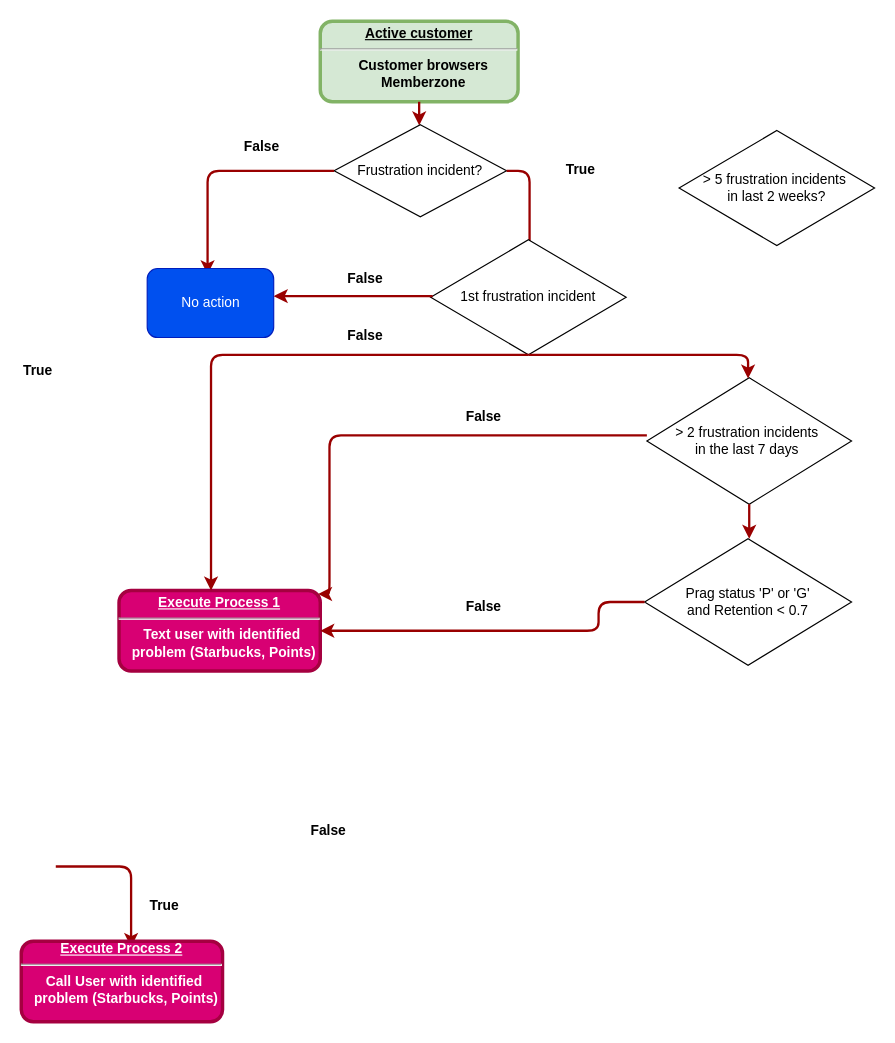
This is page "Page-1" (1 of 3) of Untitled Diagram.drawio from PhilipMachineLearning/Deep-Learning-in-Asset-Pricing, a draw.io file, before an edit. Source tidied: cells renumbered, new cells numbered last; positions are measured from the earlier drawing's top-left corner, leaving out a move shared by most shapes. Both pictures are drawn from the tidied source at 115%, with x=0, y=0 at pixel (21, 21).
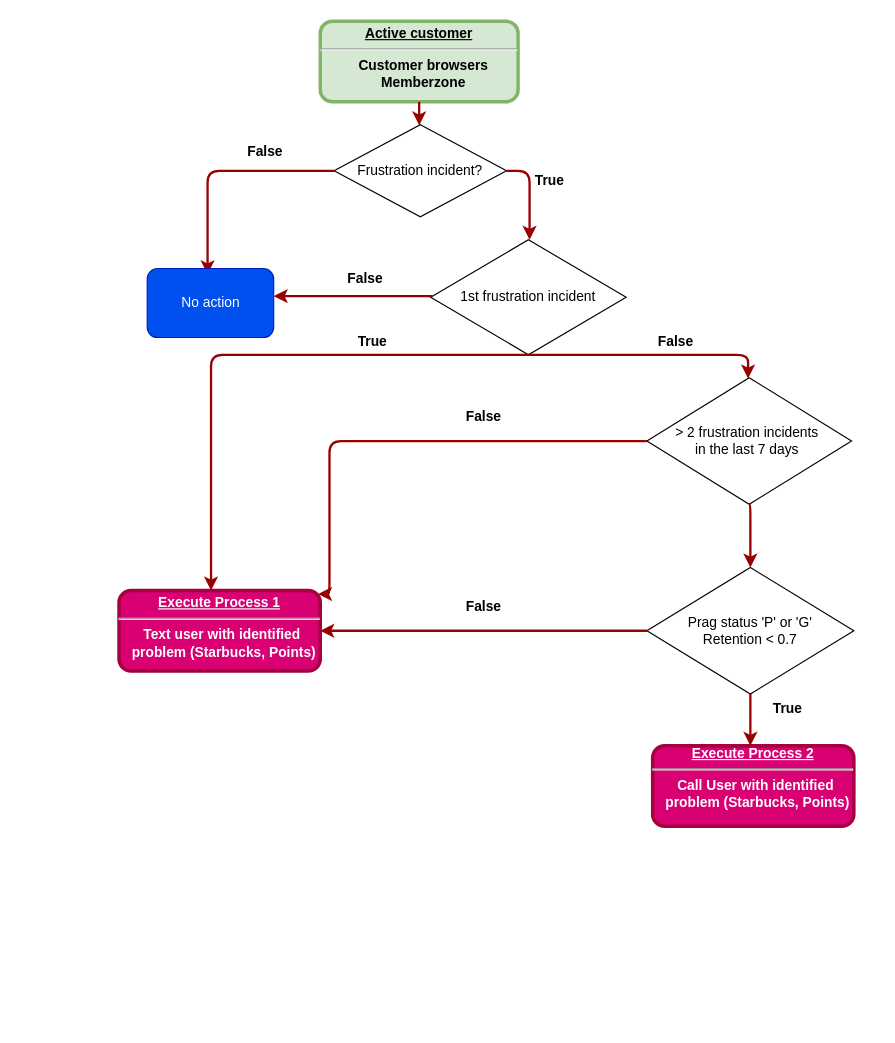
The same diagram, later.

Unchanged cells that the change refers to:
```xml
<mxCell id="4" value="Frustration incident?&lt;br&gt;" style="rhombus;whiteSpace=wrap;html=1;" parent="1" vertex="1">
  <mxGeometry x="272" y="90" width="150" height="80" as="geometry" />
</mxCell>
<mxCell id="10" value="&amp;gt; 2 frustration incidents&amp;nbsp;&lt;br&gt;in the last 7 days&amp;nbsp;&lt;br&gt;" style="rhombus;whiteSpace=wrap;html=1;" parent="1" vertex="1">
  <mxGeometry x="544" y="310" width="178" height="110" as="geometry" />
</mxCell>
<mxCell id="12" value="&lt;p style=&quot;margin: 0px ; margin-top: 4px ; text-align: center ; text-decoration: underline&quot;&gt;&lt;strong&gt;Execute Process 1&lt;br&gt;&lt;/strong&gt;&lt;/p&gt;&lt;hr&gt;&lt;p style=&quot;margin: 0px ; margin-left: 8px&quot;&gt;Text user with identified&amp;nbsp;&lt;/p&gt;&lt;p style=&quot;margin: 0px ; margin-left: 8px&quot;&gt;problem (Starbucks, Points)&lt;/p&gt;" style="verticalAlign=middle;align=center;overflow=fill;fontSize=12;fontFamily=Helvetica;html=1;rounded=1;fontStyle=1;strokeWidth=3;fillColor=#d80073;strokeColor=#A50040;fontColor=#ffffff;" parent="1" vertex="1">
  <mxGeometry x="85" y="495" width="175" height="70" as="geometry" />
</mxCell>
<mxCell id="19" value="1st frustration incident&lt;br&gt;" style="rhombus;whiteSpace=wrap;html=1;" parent="1" vertex="1">
  <mxGeometry x="356" y="190" width="170" height="100" as="geometry" />
</mxCell>
```

Change to the diagram source:
```diff
@@
     <mxCell id="6" style="edgeStyle=elbowEdgeStyle;elbow=horizontal;strokeColor=#990000;strokeWidth=2;exitX=1;exitY=0.5;exitDx=0;exitDy=0;" parent="1" edge="1" source="4">
       <mxGeometry relative="1" as="geometry">
-        <mxPoint x="442" y="210" as="targetPoint" />
+        <mxPoint x="442" y="190" as="targetPoint" />
         <Array as="points">
           <mxPoint x="442" y="170" />
         </Array>
       </mxGeometry>
     </mxCell>
     <mxCell id="7" value="&lt;b&gt;False&lt;br&gt;&lt;/b&gt;&lt;br&gt;" style="text;html=1;" parent="1" vertex="1">
-      <mxGeometry x="192" y="95" width="55" height="30" as="geometry" />
+      <mxGeometry x="194.5" y="100" width="55" height="30" as="geometry" />
     </mxCell>
     <mxCell id="8" value="&lt;b&gt;True&lt;br&gt;&lt;/b&gt;&lt;br&gt;" style="text;html=1;" parent="1" vertex="1">
-      <mxGeometry x="472" y="115" width="55" height="30" as="geometry" />
+      <mxGeometry x="444.5" y="125" width="55" height="30" as="geometry" />
     </mxCell>
@@
-    <mxCell id="13" style="edgeStyle=elbowEdgeStyle;elbow=horizontal;strokeColor=#990000;strokeWidth=2;" parent="1" edge="1">
-      <mxGeometry relative="1" as="geometry">
-        <mxPoint x="30" y="735" as="sourcePoint" />
-        <mxPoint x="95.5" y="805" as="targetPoint" />
-        <Array as="points">
-          <mxPoint x="95.5" y="745" />
-          <mxPoint x="135.5" y="735" />
-        </Array>
-      </mxGeometry>
-    </mxCell>
     <mxCell id="14" value="&lt;u&gt;Execute&amp;nbsp;&lt;strong&gt;Process 2&lt;/strong&gt;&lt;br&gt;&lt;/u&gt;&lt;hr&gt;&lt;p style=&quot;margin: 0px ; margin-left: 8px&quot;&gt;Call User with identified&amp;nbsp;&lt;/p&gt;&lt;p style=&quot;margin: 0px ; margin-left: 8px&quot;&gt;problem (Starbucks, Points)&lt;/p&gt;" style="verticalAlign=middle;align=center;overflow=fill;fontSize=12;fontFamily=Helvetica;html=1;rounded=1;fontStyle=1;strokeWidth=3;fillColor=#d80073;strokeColor=#A50040;fontColor=#ffffff;" parent="1" vertex="1">
-      <mxGeometry y="800" width="175" height="70" as="geometry" />
+      <mxGeometry x="549" y="630" width="175" height="70" as="geometry" />
     </mxCell>
-    <mxCell id="15" value="&lt;b&gt;True&lt;br&gt;&lt;/b&gt;&lt;br&gt;" style="text;html=1;" parent="1" vertex="1">
-      <mxGeometry x="110" y="755" width="55" height="30" as="geometry" />
-    </mxCell>
-    <mxCell id="16" value="&lt;b&gt;False&lt;br&gt;&lt;/b&gt;&lt;br&gt;" style="text;html=1;" parent="1" vertex="1">
-      <mxGeometry x="250" y="690" width="55" height="30" as="geometry" />
-    </mxCell>
-    <mxCell id="17" value="Prag status 'P' or 'G'&lt;br&gt;and Retention &amp;lt; 0.7&lt;br&gt;" style="rhombus;whiteSpace=wrap;html=1;" parent="1" vertex="1">
-      <mxGeometry x="542" y="450" width="180" height="110" as="geometry" />
+    <mxCell id="17" value="Prag status 'P' or 'G'&lt;br&gt;Retention &amp;lt; 0.7&lt;br&gt;" style="rhombus;whiteSpace=wrap;html=1;" parent="1" vertex="1">
+      <mxGeometry x="544" y="475" width="180" height="110" as="geometry" />
     </mxCell>
@@
-    <mxCell id="20" value="&amp;gt; 5 frustration incidents&amp;nbsp;&lt;br&gt;in last 2 weeks?&lt;br&gt;" style="rhombus;whiteSpace=wrap;html=1;" parent="1" vertex="1">
-      <mxGeometry x="572" y="95" width="170" height="100" as="geometry" />
-    </mxCell>
-    <mxCell id="21" style="edgeStyle=elbowEdgeStyle;elbow=horizontal;strokeColor=#990000;strokeWidth=2;exitX=0.5;exitY=1;exitDx=0;exitDy=0;" parent="1" edge="1" source="19" target="12">
+    <mxCell id="21" style="edgeStyle=elbowEdgeStyle;elbow=horizontal;strokeColor=#990000;strokeWidth=2;" parent="1" edge="1" target="12">
       <mxGeometry relative="1" as="geometry">
+        <mxPoint x="442" y="290" as="sourcePoint" />
         <Array as="points">
           <mxPoint x="165" y="490" />
           <mxPoint x="252" y="410" />
           <mxPoint x="432" y="330" />
           <mxPoint x="352" y="360" />
           <mxPoint x="262" y="360" />
         </Array>
       </mxGeometry>
     </mxCell>
-    <mxCell id="22" value="&lt;b&gt;True&amp;nbsp;&lt;/b&gt;&lt;br&gt;" style="text;html=1;" parent="1" vertex="1">
-      <mxGeometry y="290" width="55" height="30" as="geometry" />
-    </mxCell>
@@
-    <mxCell id="25" value="&lt;b&gt;False&lt;br&gt;&lt;/b&gt;&lt;br&gt;" style="text;html=1;" parent="1" vertex="1">
-      <mxGeometry x="282" y="260" width="55" height="30" as="geometry" />
+    <mxCell id="25" value="&lt;b&gt;True&lt;/b&gt;&lt;br&gt;" style="text;html=1;" parent="1" vertex="1">
+      <mxGeometry x="291" y="265" width="55" height="30" as="geometry" />
     </mxCell>
-    <mxCell id="26" style="edgeStyle=elbowEdgeStyle;elbow=horizontal;strokeColor=#990000;strokeWidth=2;entryX=0.989;entryY=0.043;entryDx=0;entryDy=0;entryPerimeter=0;" parent="1" edge="1" target="12">
+    <mxCell id="26" style="edgeStyle=elbowEdgeStyle;elbow=horizontal;strokeColor=#990000;strokeWidth=2;entryX=0.989;entryY=0.043;entryDx=0;entryDy=0;entryPerimeter=0;exitX=0;exitY=0.5;exitDx=0;exitDy=0;" parent="1" edge="1" source="10" target="12">
       <mxGeometry relative="1" as="geometry">
-        <mxPoint x="544" y="360" as="sourcePoint" />
         <Array as="points">
           <mxPoint x="268" y="560" />
           <mxPoint x="355" y="480" />
           <mxPoint x="535" y="400" />
           <mxPoint x="455" y="430" />
           <mxPoint x="365" y="430" />
         </Array>
       </mxGeometry>
     </mxCell>
@@
-    <mxCell id="29" style="edgeStyle=elbowEdgeStyle;elbow=horizontal;strokeColor=#990000;strokeWidth=2;" parent="1" edge="1">
+    <mxCell id="29" style="edgeStyle=elbowEdgeStyle;elbow=horizontal;strokeColor=#990000;strokeWidth=2;entryX=0.5;entryY=0;entryDx=0;entryDy=0;" parent="1" edge="1" target="17">
       <mxGeometry relative="1" as="geometry">
         <mxPoint x="633" y="420" as="sourcePoint" />
-        <mxPoint x="633" y="450" as="targetPoint" />
       </mxGeometry>
     </mxCell>
+    <mxCell id="30" style="edgeStyle=elbowEdgeStyle;elbow=horizontal;strokeColor=#990000;strokeWidth=2;entryX=0.5;entryY=0;entryDx=0;entryDy=0;exitX=0.5;exitY=1;exitDx=0;exitDy=0;" parent="1" edge="1" source="17">
+      <mxGeometry relative="1" as="geometry">
+        <mxPoint x="634.5" y="630" as="targetPoint" />
+      </mxGeometry>
+    </mxCell>
+    <mxCell id="31" value="&lt;b&gt;True&lt;/b&gt;&lt;br&gt;" style="text;html=1;" parent="1" vertex="1">
+      <mxGeometry x="652" y="584" width="55" height="30" as="geometry" />
+    </mxCell>
+    <mxCell id="16" value="&lt;b&gt;False&lt;br&gt;&lt;/b&gt;&lt;br&gt;" style="text;html=1;" parent="1" vertex="1">
+      <mxGeometry x="552" y="265" width="55" height="30" as="geometry" />
+    </mxCell>
```
